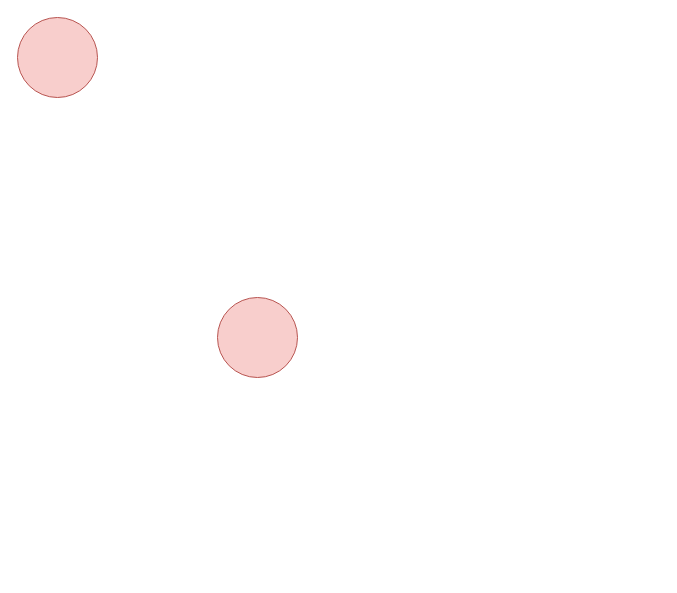
Earlier version of the draw.io diagram DepedencyStructure.drawio (mskraiba/drawings). Source tidied: cells renumbered, new cells numbered last; positions are measured from the earlier drawing's top-left corner, leaving out a move shared by most shapes. Both pictures are drawn from the tidied source at 100%, with x=0, y=0 at pixel (17, 17).
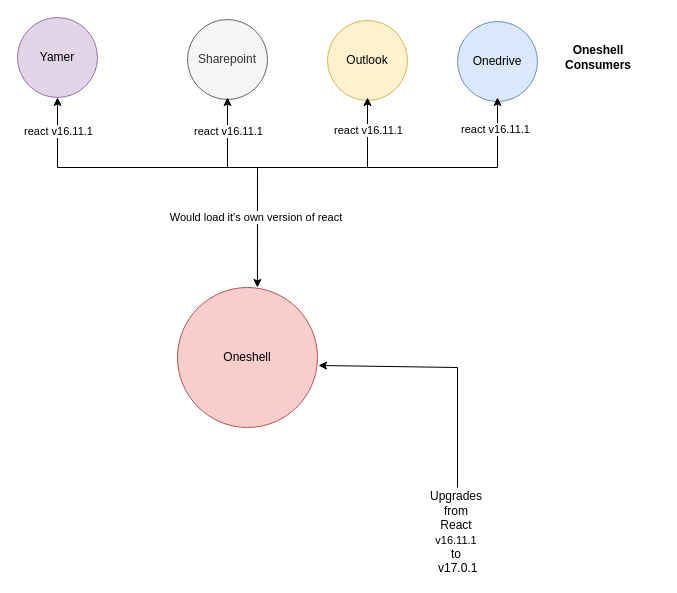
The same page after the edit.

The edit, as a diff of the source:
```diff
@@
-    <mxCell id="2" style="ellipse;whiteSpace=wrap;html=1;fillColor=#f8cecc;strokeColor=#b85450;" parent="1" vertex="1">
-      <mxGeometry x="200" y="280" width="80" height="80" as="geometry" />
+    <mxCell id="2" value="Oneshell" style="ellipse;whiteSpace=wrap;html=1;fillColor=#f8cecc;strokeColor=#b85450;" parent="1" vertex="1">
+      <mxGeometry x="160" y="270" width="140" height="140" as="geometry" />
     </mxCell>
-    <mxCell id="3" style="ellipse;whiteSpace=wrap;html=1;fillColor=#f8cecc;strokeColor=#b85450;" parent="1" vertex="1">
+    <mxCell id="3" value="Yamer" style="ellipse;whiteSpace=wrap;html=1;fillColor=#e1d5e7;strokeColor=#9673a6;" parent="1" vertex="1">
       <mxGeometry width="80" height="80" as="geometry" />
     </mxCell>
+    <mxCell id="4" value="Sharepoint" style="ellipse;whiteSpace=wrap;html=1;fillColor=#f5f5f5;strokeColor=#666666;fontColor=#333333;" parent="1" vertex="1">
+      <mxGeometry x="170" y="2" width="80" height="80" as="geometry" />
+    </mxCell>
+    <mxCell id="5" value="Outlook" style="ellipse;whiteSpace=wrap;html=1;fillColor=#fff2cc;strokeColor=#d6b656;" parent="1" vertex="1">
+      <mxGeometry x="310" y="3" width="80" height="80" as="geometry" />
+    </mxCell>
+    <mxCell id="6" value="Onedrive" style="ellipse;whiteSpace=wrap;html=1;fillColor=#dae8fc;strokeColor=#6c8ebf;" parent="1" vertex="1">
+      <mxGeometry x="440" y="4" width="80" height="80" as="geometry" />
+    </mxCell>
+    <mxCell id="7" style="endArrow=none;html=1;rounded=0;" parent="1" edge="1">
+      <mxGeometry relative="1" as="geometry">
+        <mxPoint x="40" y="150" as="sourcePoint" />
+        <mxPoint x="480" y="150" as="targetPoint" />
+      </mxGeometry>
+    </mxCell>
+    <mxCell id="8" style="endArrow=classic;html=1;rounded=0;entryX=0.5;entryY=1;entryDx=0;entryDy=0;" parent="1" edge="1" target="3">
+      <mxGeometry relative="1" as="geometry">
+        <mxPoint x="40" y="150" as="sourcePoint" />
+      </mxGeometry>
+    </mxCell>
+    <mxCell id="9" value="react v16.11.1" style="edgeLabel;html=1;align=center;verticalAlign=middle;" parent="8" vertex="1">
+      <mxGeometry x="0.06" relative="1" as="geometry" />
+    </mxCell>
+    <mxCell id="10" style="endArrow=classic;html=1;rounded=0;entryX=0.5;entryY=1;entryDx=0;entryDy=0;" parent="1" edge="1">
+      <mxGeometry relative="1" as="geometry">
+        <mxPoint x="210" y="150" as="sourcePoint" />
+        <mxPoint x="210" y="80" as="targetPoint" />
+      </mxGeometry>
+    </mxCell>
+    <mxCell id="11" value="react v16.11.1" style="edgeLabel;html=1;align=center;verticalAlign=middle;" parent="10" vertex="1">
+      <mxGeometry x="0.06" relative="1" as="geometry" />
+    </mxCell>
+    <mxCell id="12" style="endArrow=classic;html=1;rounded=0;entryX=0.5;entryY=1;entryDx=0;entryDy=0;" parent="1" edge="1">
+      <mxGeometry relative="1" as="geometry">
+        <mxPoint x="350" y="150" as="sourcePoint" />
+        <mxPoint x="350" y="80" as="targetPoint" />
+      </mxGeometry>
+    </mxCell>
+    <mxCell id="13" value="react v16.11.1" style="edgeLabel;html=1;align=center;verticalAlign=middle;" parent="12" vertex="1">
+      <mxGeometry x="0.09" relative="1" as="geometry" />
+    </mxCell>
+    <mxCell id="14" style="endArrow=classic;html=1;rounded=0;entryX=0.5;entryY=1;entryDx=0;entryDy=0;" parent="1" edge="1">
+      <mxGeometry relative="1" as="geometry">
+        <mxPoint x="480" y="150" as="sourcePoint" />
+        <mxPoint x="480" y="80" as="targetPoint" />
+      </mxGeometry>
+    </mxCell>
+    <mxCell id="15" value="react v16.11.1" style="edgeLabel;html=1;align=center;verticalAlign=middle;" parent="14" vertex="1">
+      <mxGeometry x="0.11" y="3" relative="1" as="geometry" />
+    </mxCell>
+    <mxCell id="16" style="endArrow=classic;html=1;rounded=0;entryX=1.007;entryY=0.557;entryDx=0;entryDy=0;entryPerimeter=0;" parent="1" edge="1" target="2">
+      <mxGeometry relative="1" as="geometry">
+        <mxPoint x="440" y="470" as="sourcePoint" />
+        <Array as="points">
+          <mxPoint x="440" y="350" />
+        </Array>
+      </mxGeometry>
+    </mxCell>
+    <mxCell id="17" value="Upgrades from&lt;br&gt;React&lt;br&gt;&lt;span style=&quot;font-size: 11px; background-color: rgb(255, 255, 255);&quot;&gt;v16.11.1&lt;br&gt;&lt;/span&gt;to&lt;br&gt;&amp;nbsp;v17.0.1" style="text;html=1;strokeColor=none;fillColor=none;align=center;verticalAlign=middle;whiteSpace=wrap;rounded=0;" parent="1" vertex="1">
+      <mxGeometry x="409" y="500" width="60" height="30" as="geometry" />
+    </mxCell>
+    <mxCell id="18" style="endArrow=classic;html=1;rounded=0;entryX=0.571;entryY=0;entryDx=0;entryDy=0;entryPerimeter=0;" parent="1" edge="1" target="2">
+      <mxGeometry relative="1" as="geometry">
+        <mxPoint x="240" y="150" as="sourcePoint" />
+      </mxGeometry>
+    </mxCell>
+    <mxCell id="19" value="Would load it's own version of react&amp;nbsp;" style="edgeLabel;html=1;align=center;verticalAlign=middle;" parent="18" vertex="1">
+      <mxGeometry x="-0.17" relative="1" as="geometry" />
+    </mxCell>
+    <mxCell id="20" value="&lt;b&gt;Oneshell Consumers&lt;/b&gt;" style="text;html=1;strokeColor=none;fillColor=none;align=center;verticalAlign=middle;whiteSpace=wrap;rounded=0;" parent="1" vertex="1">
+      <mxGeometry x="520" y="9.5" width="122" height="61" as="geometry" />
+    </mxCell>
```
